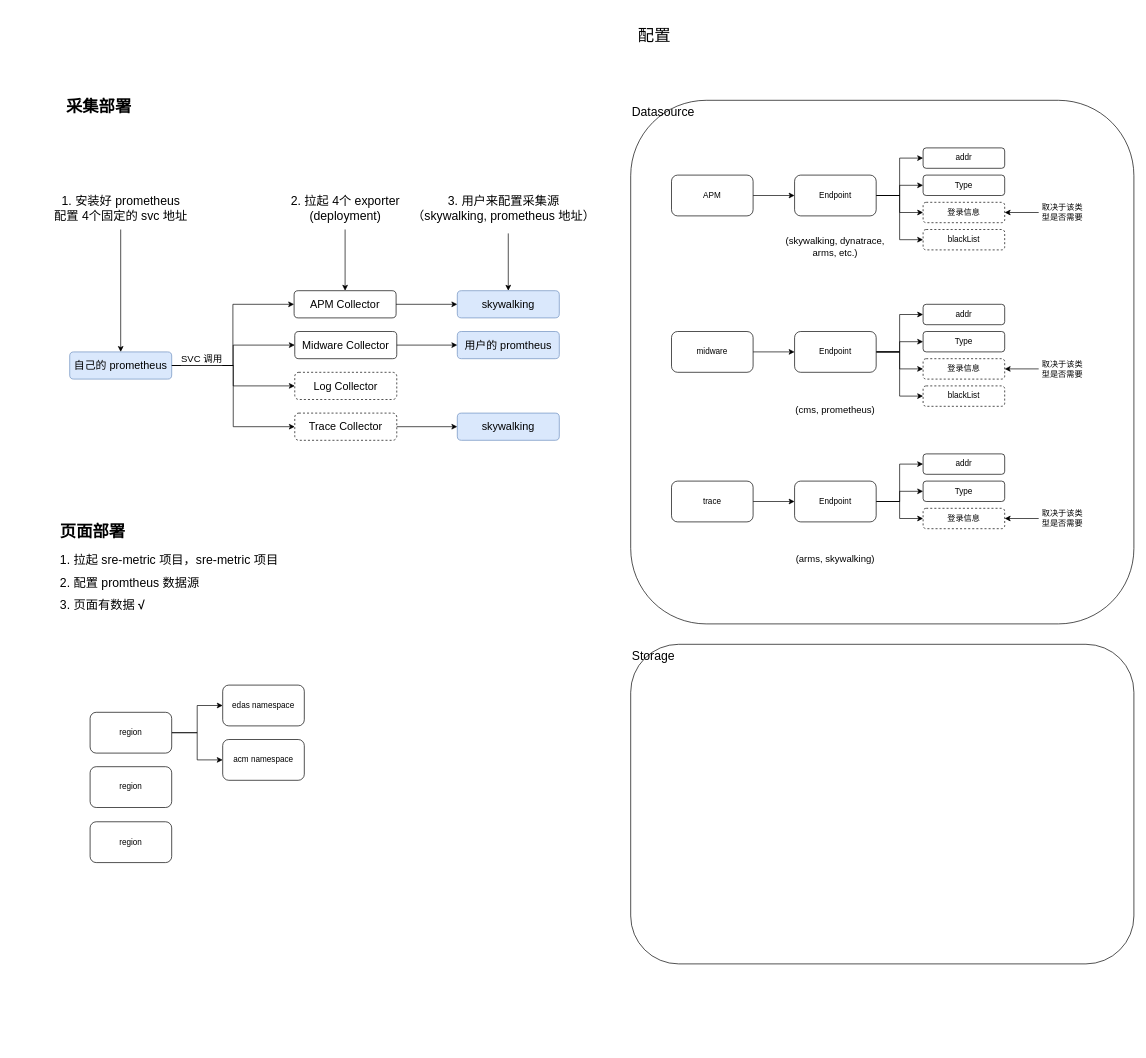
Before: page "Exporter拉起" (4 of 6) of 数据架构图.drawio in Allen9797/WorkZone, a draw.io diagram. Source tidied: cells renumbered, new cells numbered last; positions are measured from the earlier drawing's top-left corner, leaving out a move shared by most shapes. Both pictures are drawn from the tidied source at 68%, with x=0, y=0 at pixel (46, 12).
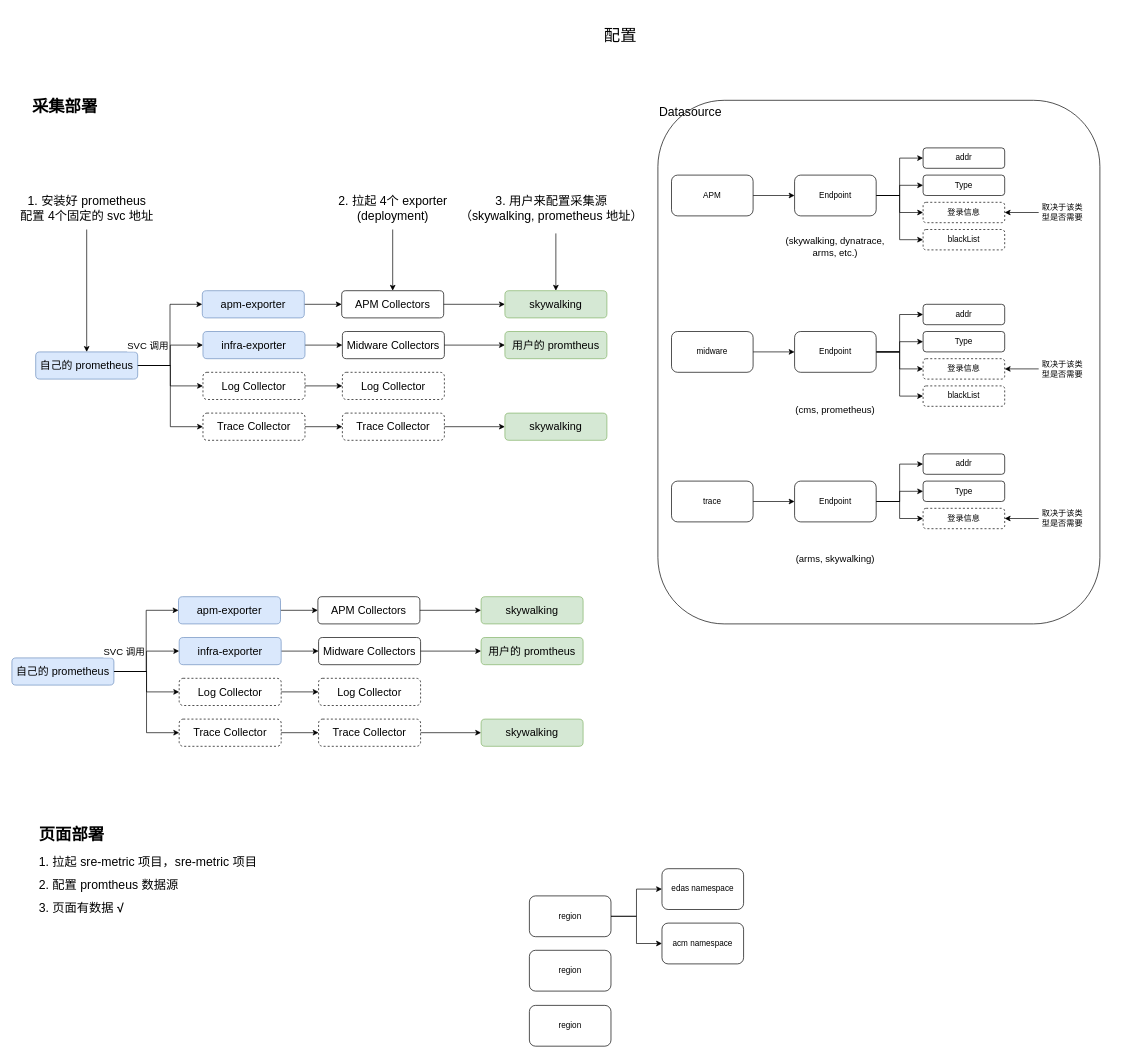
The same page after the edit.

The edit, as a diff of the source:
```diff
@@
     <mxCell id="2" value="&lt;font style=&quot;font-size: 18px;&quot;&gt;Datasource&lt;/font&gt;" style="rounded=1;whiteSpace=wrap;html=1;fillColor=none;verticalAlign=top;align=left;" parent="1" vertex="1">
-      <mxGeometry x="860" y="130" width="740" height="770" as="geometry" />
+      <mxGeometry x="900" y="130" width="650" height="770" as="geometry" />
     </mxCell>
-    <mxCell id="3" style="edgeStyle=orthogonalEdgeStyle;rounded=0;jettySize=auto;html=1;entryX=0;entryY=0.5;entryDx=0;entryDy=0;exitX=1;exitY=0.5;exitDx=0;exitDy=0;" parent="1" edge="1" source="10" target="6">
+    <mxCell id="3" style="edgeStyle=orthogonalEdgeStyle;rounded=0;jettySize=auto;html=1;entryX=0;entryY=0.5;entryDx=0;entryDy=0;exitX=1;exitY=0.5;exitDx=0;exitDy=0;" parent="1" edge="1" source="10" target="77">
       <mxGeometry relative="1" as="geometry" />
     </mxCell>
-    <mxCell id="4" style="edgeStyle=orthogonalEdgeStyle;rounded=0;jettySize=auto;html=1;entryX=0;entryY=0.5;entryDx=0;entryDy=0;exitX=1;exitY=0.5;exitDx=0;exitDy=0;" parent="1" edge="1" source="10" target="17">
+    <mxCell id="4" style="edgeStyle=orthogonalEdgeStyle;rounded=0;jettySize=auto;html=1;entryX=0;entryY=0.5;entryDx=0;entryDy=0;exitX=1;exitY=0.5;exitDx=0;exitDy=0;" parent="1" edge="1" source="10" target="83">
       <mxGeometry relative="1" as="geometry" />
     </mxCell>
@@
-    <mxCell id="6" value="APM Collector" style="rounded=1;whiteSpace=wrap;html=1;labelPosition=center;verticalLabelPosition=middle;align=center;verticalAlign=middle;fillColor=none;fontSize=16;" parent="1" vertex="1">
-      <mxGeometry x="365" y="410" width="150" height="40" as="geometry" />
+    <mxCell id="6" value="APM Collectors" style="rounded=1;whiteSpace=wrap;html=1;labelPosition=center;verticalLabelPosition=middle;align=center;verticalAlign=middle;fillColor=none;fontSize=16;" parent="1" vertex="1">
+      <mxGeometry x="435" y="410" width="150" height="40" as="geometry" />
     </mxCell>
@@
-    <mxCell id="8" value="Midware Collector" style="rounded=1;whiteSpace=wrap;html=1;labelPosition=center;verticalLabelPosition=middle;align=center;verticalAlign=middle;fillColor=none;fontSize=16;" parent="1" vertex="1">
-      <mxGeometry x="366" y="470" width="150" height="40" as="geometry" />
+    <mxCell id="8" value="Midware Collectors" style="rounded=1;whiteSpace=wrap;html=1;labelPosition=center;verticalLabelPosition=middle;align=center;verticalAlign=middle;fillColor=none;fontSize=16;" parent="1" vertex="1">
+      <mxGeometry x="436" y="470" width="150" height="40" as="geometry" />
     </mxCell>
-    <mxCell id="9" style="edgeStyle=orthogonalEdgeStyle;rounded=0;jettySize=auto;html=1;exitX=1;exitY=0.5;exitDx=0;exitDy=0;entryX=0;entryY=0.5;entryDx=0;entryDy=0;" parent="1" edge="1" source="10" target="15">
+    <mxCell id="9" style="edgeStyle=orthogonalEdgeStyle;rounded=0;jettySize=auto;html=1;exitX=1;exitY=0.5;exitDx=0;exitDy=0;entryX=0;entryY=0.5;entryDx=0;entryDy=0;" parent="1" edge="1" source="10" target="81">
       <mxGeometry relative="1" as="geometry" />
     </mxCell>
     <mxCell id="10" value="自己的 prometheus" style="rounded=1;whiteSpace=wrap;html=1;labelPosition=center;verticalLabelPosition=middle;align=center;verticalAlign=middle;fillColor=#dae8fc;fontSize=16;strokeColor=#6c8ebf;" parent="1" vertex="1">
-      <mxGeometry x="35" y="500" width="150" height="40" as="geometry" />
+      <mxGeometry x="-15" y="500" width="150" height="40" as="geometry" />
     </mxCell>
-    <mxCell id="11" style="edgeStyle=orthogonalEdgeStyle;rounded=0;jettySize=auto;html=1;exitX=1;exitY=0.5;exitDx=0;exitDy=0;entryX=0;entryY=0.5;entryDx=0;entryDy=0;" parent="1" edge="1" source="10" target="8">
+    <mxCell id="11" style="edgeStyle=orthogonalEdgeStyle;rounded=0;jettySize=auto;html=1;exitX=1;exitY=0.5;exitDx=0;exitDy=0;entryX=0;entryY=0.5;entryDx=0;entryDy=0;" parent="1" edge="1" source="10" target="79">
       <mxGeometry relative="1" as="geometry" />
     </mxCell>
     <mxCell id="12" value="&lt;font style=&quot;font-size: 14px;&quot;&gt;SVC 调用&lt;/font&gt;" style="edgeLabel;html=1;align=center;verticalAlign=middle;" parent="11" vertex="1">
       <mxGeometry x="-0.63" relative="1" as="geometry">
-        <mxPoint x="4" y="-10" as="offset" />
+        <mxPoint x="-9" y="-30" as="offset" />
       </mxGeometry>
     </mxCell>
@@
     <mxCell id="14" value="&lt;font style=&quot;font-size: 18px;&quot;&gt;2. 拉起 4个 exporter &lt;br&gt;(deployment)&lt;/font&gt;" style="text;html=1;align=center;verticalAlign=middle;points=[];strokeColor=none;fillColor=none;" parent="1" vertex="1">
-      <mxGeometry x="350" y="260" width="180" height="60" as="geometry" />
+      <mxGeometry x="420" y="260" width="180" height="60" as="geometry" />
     </mxCell>
     <mxCell id="15" value="Log Collector" style="rounded=1;whiteSpace=wrap;html=1;labelPosition=center;verticalLabelPosition=middle;align=center;verticalAlign=middle;fillColor=none;fontSize=16;dashed=1;" parent="1" vertex="1">
-      <mxGeometry x="366" y="530" width="150" height="40" as="geometry" />
+      <mxGeometry x="436" y="530" width="150" height="40" as="geometry" />
     </mxCell>
@@
     <mxCell id="17" value="Trace Collector" style="rounded=1;whiteSpace=wrap;html=1;labelPosition=center;verticalLabelPosition=middle;align=center;verticalAlign=middle;fillColor=none;fontSize=16;dashed=1;" parent="1" vertex="1">
-      <mxGeometry x="366" y="590" width="150" height="40" as="geometry" />
+      <mxGeometry x="436" y="590" width="150" height="40" as="geometry" />
     </mxCell>
@@
-    <mxCell id="58" value="&lt;font style=&quot;font-size: 18px;&quot;&gt;Storage&lt;/font&gt;" style="rounded=1;whiteSpace=wrap;html=1;fillColor=none;align=left;verticalAlign=top;" parent="1" vertex="1">
-      <mxGeometry x="860" y="930" width="740" height="470" as="geometry" />
-    </mxCell>
     <mxCell id="59" value="&lt;font style=&quot;font-size: 24px;&quot;&gt;配置&lt;/font&gt;" style="text;html=1;strokeColor=none;fillColor=none;align=center;verticalAlign=middle;whiteSpace=wrap;rounded=0;" parent="1" vertex="1">
-      <mxGeometry x="810" width="170" height="70" as="geometry" />
+      <mxGeometry x="760" width="170" height="70" as="geometry" />
     </mxCell>
-    <mxCell id="60" value="skywalking" style="rounded=1;whiteSpace=wrap;html=1;labelPosition=center;verticalLabelPosition=middle;align=center;verticalAlign=middle;fillColor=#dae8fc;fontSize=16;strokeColor=#6c8ebf;" parent="1" vertex="1">
-      <mxGeometry x="605" y="410" width="150" height="40" as="geometry" />
+    <mxCell id="60" value="skywalking" style="rounded=1;whiteSpace=wrap;html=1;labelPosition=center;verticalLabelPosition=middle;align=center;verticalAlign=middle;fillColor=#d5e8d4;fontSize=16;strokeColor=#82b366;" parent="1" vertex="1">
+      <mxGeometry x="675" y="410" width="150" height="40" as="geometry" />
     </mxCell>
-    <mxCell id="61" value="用户的 promtheus" style="rounded=1;whiteSpace=wrap;html=1;labelPosition=center;verticalLabelPosition=middle;align=center;verticalAlign=middle;fillColor=#dae8fc;fontSize=16;strokeColor=#6c8ebf;" parent="1" vertex="1">
-      <mxGeometry x="605" y="470" width="150" height="40" as="geometry" />
+    <mxCell id="61" value="用户的 promtheus" style="rounded=1;whiteSpace=wrap;html=1;labelPosition=center;verticalLabelPosition=middle;align=center;verticalAlign=middle;fillColor=#d5e8d4;fontSize=16;strokeColor=#82b366;" parent="1" vertex="1">
+      <mxGeometry x="675" y="470" width="150" height="40" as="geometry" />
     </mxCell>
     <mxCell id="62" value="&lt;h1 style=&quot;&quot;&gt;&lt;font style=&quot;font-size: 24px;&quot;&gt;采集部署&lt;/font&gt;&lt;/h1&gt;" style="text;html=1;strokeColor=none;fillColor=none;spacing=5;spacingTop=-20;whiteSpace=wrap;overflow=hidden;rounded=0;" parent="1" vertex="1">
-      <mxGeometry x="25" y="120" width="120" height="50" as="geometry" />
+      <mxGeometry x="-25" y="120" width="120" height="50" as="geometry" />
     </mxCell>
     <mxCell id="63" value="&lt;h1 style=&quot;&quot;&gt;&lt;font style=&quot;font-size: 24px;&quot;&gt;页面部署&lt;/font&gt;&lt;/h1&gt;&lt;p style=&quot;&quot;&gt;&lt;font style=&quot;font-size: 18px;&quot;&gt;1. 拉起 sre-metric 项目，sre-metric 项目&lt;/font&gt;&lt;/p&gt;&lt;p style=&quot;&quot;&gt;&lt;font style=&quot;font-size: 18px;&quot;&gt;2. 配置 promtheus 数据源&lt;/font&gt;&lt;/p&gt;&lt;p style=&quot;&quot;&gt;&lt;font style=&quot;font-size: 18px;&quot;&gt;3. 页面有数据 &lt;b&gt;√&lt;/b&gt;&lt;/font&gt;&lt;/p&gt;" style="text;html=1;strokeColor=none;fillColor=none;spacing=5;spacingTop=-20;whiteSpace=wrap;overflow=hidden;rounded=0;" parent="1" vertex="1">
-      <mxGeometry x="16" y="745" width="350" height="145" as="geometry" />
+      <mxGeometry x="-15" y="1190" width="350" height="145" as="geometry" />
     </mxCell>
-    <mxCell id="64" value="skywalking" style="rounded=1;whiteSpace=wrap;html=1;labelPosition=center;verticalLabelPosition=middle;align=center;verticalAlign=middle;fillColor=#dae8fc;fontSize=16;strokeColor=#6c8ebf;" parent="1" vertex="1">
-      <mxGeometry x="605" y="590" width="150" height="40" as="geometry" />
+    <mxCell id="64" value="skywalking" style="rounded=1;whiteSpace=wrap;html=1;labelPosition=center;verticalLabelPosition=middle;align=center;verticalAlign=middle;fillColor=#d5e8d4;fontSize=16;strokeColor=#82b366;" parent="1" vertex="1">
+      <mxGeometry x="675" y="590" width="150" height="40" as="geometry" />
     </mxCell>
     <mxCell id="65" value="&lt;font style=&quot;font-size: 18px;&quot;&gt;3. 用户来配置采集源&lt;br&gt;（skywalking, prometheus 地址）&lt;/font&gt;" style="text;html=1;align=center;verticalAlign=middle;points=[];strokeColor=none;fillColor=none;" parent="1" vertex="1">
-      <mxGeometry x="528" y="260" width="290" height="60" as="geometry" />
+      <mxGeometry x="598" y="260" width="290" height="60" as="geometry" />
     </mxCell>
@@
     <mxCell id="68" value="&lt;font style=&quot;font-size: 18px;&quot;&gt;1. 安装好 prometheus &lt;br&gt;配置 4个固定的 svc 地址&lt;/font&gt;" style="text;html=1;align=center;verticalAlign=middle;points=[];strokeColor=none;fillColor=none;" parent="1" vertex="1">
-      <mxGeometry y="260" width="220" height="60" as="geometry" />
+      <mxGeometry x="-50" y="260" width="220" height="60" as="geometry" />
     </mxCell>
@@
     <mxCell id="71" value="region" style="rounded=1;whiteSpace=wrap;html=1;" parent="1" vertex="1">
-      <mxGeometry x="65" y="1030" width="120" height="60" as="geometry" />
+      <mxGeometry x="711" y="1300" width="120" height="60" as="geometry" />
     </mxCell>
     <mxCell id="72" value="edas namespace" style="rounded=1;whiteSpace=wrap;html=1;" parent="1" vertex="1">
-      <mxGeometry x="260" y="990" width="120" height="60" as="geometry" />
+      <mxGeometry x="906" y="1260" width="120" height="60" as="geometry" />
     </mxCell>
     <mxCell id="73" value="acm namespace" style="rounded=1;whiteSpace=wrap;html=1;" parent="1" vertex="1">
-      <mxGeometry x="260" y="1070" width="120" height="60" as="geometry" />
+      <mxGeometry x="906" y="1340" width="120" height="60" as="geometry" />
     </mxCell>
     <mxCell id="74" value="region" style="rounded=1;whiteSpace=wrap;html=1;" parent="1" vertex="1">
-      <mxGeometry x="65" y="1110" width="120" height="60" as="geometry" />
+      <mxGeometry x="711" y="1380" width="120" height="60" as="geometry" />
     </mxCell>
     <mxCell id="75" value="region" style="rounded=1;whiteSpace=wrap;html=1;" parent="1" vertex="1">
-      <mxGeometry x="65" y="1191" width="120" height="60" as="geometry" />
+      <mxGeometry x="711" y="1461" width="120" height="60" as="geometry" />
     </mxCell>
+    <mxCell id="76" style="edgeStyle=orthogonalEdgeStyle;rounded=0;jettySize=auto;html=1;" parent="1" edge="1" source="77" target="6">
+      <mxGeometry relative="1" as="geometry" />
+    </mxCell>
+    <mxCell id="77" value="apm-exporter" style="rounded=1;whiteSpace=wrap;html=1;labelPosition=center;verticalLabelPosition=middle;align=center;verticalAlign=middle;fillColor=#dae8fc;fontSize=16;strokeColor=#6c8ebf;" parent="1" vertex="1">
+      <mxGeometry x="230" y="410" width="150" height="40" as="geometry" />
+    </mxCell>
+    <mxCell id="78" style="edgeStyle=orthogonalEdgeStyle;rounded=0;jettySize=auto;html=1;" parent="1" edge="1" source="79" target="8">
+      <mxGeometry relative="1" as="geometry" />
+    </mxCell>
+    <mxCell id="79" value="infra-exporter" style="rounded=1;whiteSpace=wrap;html=1;labelPosition=center;verticalLabelPosition=middle;align=center;verticalAlign=middle;fillColor=#dae8fc;fontSize=16;strokeColor=#6c8ebf;" parent="1" vertex="1">
+      <mxGeometry x="231" y="470" width="150" height="40" as="geometry" />
+    </mxCell>
+    <mxCell id="80" style="edgeStyle=orthogonalEdgeStyle;rounded=0;jettySize=auto;html=1;" parent="1" edge="1" source="81" target="15">
+      <mxGeometry relative="1" as="geometry" />
+    </mxCell>
+    <mxCell id="81" value="Log Collector" style="rounded=1;whiteSpace=wrap;html=1;labelPosition=center;verticalLabelPosition=middle;align=center;verticalAlign=middle;fillColor=none;fontSize=16;dashed=1;" parent="1" vertex="1">
+      <mxGeometry x="231" y="530" width="150" height="40" as="geometry" />
+    </mxCell>
+    <mxCell id="82" style="edgeStyle=orthogonalEdgeStyle;rounded=0;jettySize=auto;html=1;" parent="1" edge="1" source="83" target="17">
+      <mxGeometry relative="1" as="geometry" />
+    </mxCell>
+    <mxCell id="83" value="Trace Collector" style="rounded=1;whiteSpace=wrap;html=1;labelPosition=center;verticalLabelPosition=middle;align=center;verticalAlign=middle;fillColor=none;fontSize=16;dashed=1;" parent="1" vertex="1">
+      <mxGeometry x="231" y="590" width="150" height="40" as="geometry" />
+    </mxCell>
+    <mxCell id="84" style="edgeStyle=orthogonalEdgeStyle;rounded=0;jettySize=auto;html=1;entryX=0;entryY=0.5;entryDx=0;entryDy=0;exitX=1;exitY=0.5;exitDx=0;exitDy=0;" parent="1" edge="1" source="91" target="101">
+      <mxGeometry relative="1" as="geometry" />
+    </mxCell>
+    <mxCell id="85" style="edgeStyle=orthogonalEdgeStyle;rounded=0;jettySize=auto;html=1;entryX=0;entryY=0.5;entryDx=0;entryDy=0;exitX=1;exitY=0.5;exitDx=0;exitDy=0;" parent="1" edge="1" source="91" target="107">
+      <mxGeometry relative="1" as="geometry" />
+    </mxCell>
+    <mxCell id="86" style="edgeStyle=orthogonalEdgeStyle;rounded=0;jettySize=auto;html=1;exitX=1;exitY=0.5;exitDx=0;exitDy=0;entryX=0;entryY=0.5;entryDx=0;entryDy=0;" parent="1" edge="1" source="87" target="97">
+      <mxGeometry relative="1" as="geometry" />
+    </mxCell>
+    <mxCell id="87" value="APM Collectors" style="rounded=1;whiteSpace=wrap;html=1;labelPosition=center;verticalLabelPosition=middle;align=center;verticalAlign=middle;fillColor=none;fontSize=16;" parent="1" vertex="1">
+      <mxGeometry x="400" y="860" width="150" height="40" as="geometry" />
+    </mxCell>
+    <mxCell id="88" style="edgeStyle=orthogonalEdgeStyle;rounded=0;jettySize=auto;html=1;exitX=1;exitY=0.5;exitDx=0;exitDy=0;entryX=0;entryY=0.5;entryDx=0;entryDy=0;" parent="1" edge="1" source="89" target="98">
+      <mxGeometry relative="1" as="geometry" />
+    </mxCell>
+    <mxCell id="89" value="Midware Collectors" style="rounded=1;whiteSpace=wrap;html=1;labelPosition=center;verticalLabelPosition=middle;align=center;verticalAlign=middle;fillColor=none;fontSize=16;" parent="1" vertex="1">
+      <mxGeometry x="401" y="920" width="150" height="40" as="geometry" />
+    </mxCell>
+    <mxCell id="90" style="edgeStyle=orthogonalEdgeStyle;rounded=0;jettySize=auto;html=1;exitX=1;exitY=0.5;exitDx=0;exitDy=0;entryX=0;entryY=0.5;entryDx=0;entryDy=0;" parent="1" edge="1" source="91" target="105">
+      <mxGeometry relative="1" as="geometry" />
+    </mxCell>
+    <mxCell id="91" value="自己的 prometheus" style="rounded=1;whiteSpace=wrap;html=1;labelPosition=center;verticalLabelPosition=middle;align=center;verticalAlign=middle;fillColor=#dae8fc;fontSize=16;strokeColor=#6c8ebf;" parent="1" vertex="1">
+      <mxGeometry x="-50" y="950" width="150" height="40" as="geometry" />
+    </mxCell>
+    <mxCell id="92" style="edgeStyle=orthogonalEdgeStyle;rounded=0;jettySize=auto;html=1;exitX=1;exitY=0.5;exitDx=0;exitDy=0;entryX=0;entryY=0.5;entryDx=0;entryDy=0;" parent="1" edge="1" source="91" target="103">
+      <mxGeometry relative="1" as="geometry" />
+    </mxCell>
+    <mxCell id="93" value="&lt;font style=&quot;font-size: 14px;&quot;&gt;SVC 调用&lt;/font&gt;" style="edgeLabel;html=1;align=center;verticalAlign=middle;" parent="92" vertex="1">
+      <mxGeometry x="-0.63" relative="1" as="geometry">
+        <mxPoint x="-9" y="-30" as="offset" />
+      </mxGeometry>
+    </mxCell>
+    <mxCell id="94" value="Log Collector" style="rounded=1;whiteSpace=wrap;html=1;labelPosition=center;verticalLabelPosition=middle;align=center;verticalAlign=middle;fillColor=none;fontSize=16;dashed=1;" parent="1" vertex="1">
+      <mxGeometry x="401" y="980" width="150" height="40" as="geometry" />
+    </mxCell>
+    <mxCell id="95" style="edgeStyle=orthogonalEdgeStyle;rounded=0;jettySize=auto;html=1;exitX=1;exitY=0.5;exitDx=0;exitDy=0;entryX=0;entryY=0.5;entryDx=0;entryDy=0;" parent="1" edge="1" source="96" target="99">
+      <mxGeometry relative="1" as="geometry" />
+    </mxCell>
+    <mxCell id="96" value="Trace Collector" style="rounded=1;whiteSpace=wrap;html=1;labelPosition=center;verticalLabelPosition=middle;align=center;verticalAlign=middle;fillColor=none;fontSize=16;dashed=1;" parent="1" vertex="1">
+      <mxGeometry x="401" y="1040" width="150" height="40" as="geometry" />
+    </mxCell>
+    <mxCell id="97" value="skywalking" style="rounded=1;whiteSpace=wrap;html=1;labelPosition=center;verticalLabelPosition=middle;align=center;verticalAlign=middle;fillColor=#d5e8d4;fontSize=16;strokeColor=#82b366;" parent="1" vertex="1">
+      <mxGeometry x="640" y="860" width="150" height="40" as="geometry" />
+    </mxCell>
+    <mxCell id="98" value="用户的 promtheus" style="rounded=1;whiteSpace=wrap;html=1;labelPosition=center;verticalLabelPosition=middle;align=center;verticalAlign=middle;fillColor=#d5e8d4;fontSize=16;strokeColor=#82b366;" parent="1" vertex="1">
+      <mxGeometry x="640" y="920" width="150" height="40" as="geometry" />
+    </mxCell>
+    <mxCell id="99" value="skywalking" style="rounded=1;whiteSpace=wrap;html=1;labelPosition=center;verticalLabelPosition=middle;align=center;verticalAlign=middle;fillColor=#d5e8d4;fontSize=16;strokeColor=#82b366;" parent="1" vertex="1">
+      <mxGeometry x="640" y="1040" width="150" height="40" as="geometry" />
+    </mxCell>
+    <mxCell id="100" style="edgeStyle=orthogonalEdgeStyle;rounded=0;jettySize=auto;html=1;" parent="1" edge="1" source="101" target="87">
+      <mxGeometry relative="1" as="geometry" />
+    </mxCell>
+    <mxCell id="101" value="apm-exporter" style="rounded=1;whiteSpace=wrap;html=1;labelPosition=center;verticalLabelPosition=middle;align=center;verticalAlign=middle;fillColor=#dae8fc;fontSize=16;strokeColor=#6c8ebf;" parent="1" vertex="1">
+      <mxGeometry x="195" y="860" width="150" height="40" as="geometry" />
+    </mxCell>
+    <mxCell id="102" style="edgeStyle=orthogonalEdgeStyle;rounded=0;jettySize=auto;html=1;" parent="1" edge="1" source="103" target="89">
+      <mxGeometry relative="1" as="geometry" />
+    </mxCell>
+    <mxCell id="103" value="infra-exporter" style="rounded=1;whiteSpace=wrap;html=1;labelPosition=center;verticalLabelPosition=middle;align=center;verticalAlign=middle;fillColor=#dae8fc;fontSize=16;strokeColor=#6c8ebf;" parent="1" vertex="1">
+      <mxGeometry x="196" y="920" width="150" height="40" as="geometry" />
+    </mxCell>
+    <mxCell id="104" style="edgeStyle=orthogonalEdgeStyle;rounded=0;jettySize=auto;html=1;" parent="1" edge="1" source="105" target="94">
+      <mxGeometry relative="1" as="geometry" />
+    </mxCell>
+    <mxCell id="105" value="Log Collector" style="rounded=1;whiteSpace=wrap;html=1;labelPosition=center;verticalLabelPosition=middle;align=center;verticalAlign=middle;fillColor=none;fontSize=16;dashed=1;" parent="1" vertex="1">
+      <mxGeometry x="196" y="980" width="150" height="40" as="geometry" />
+    </mxCell>
+    <mxCell id="106" style="edgeStyle=orthogonalEdgeStyle;rounded=0;jettySize=auto;html=1;" parent="1" edge="1" source="107" target="96">
+      <mxGeometry relative="1" as="geometry" />
+    </mxCell>
+    <mxCell id="107" value="Trace Collector" style="rounded=1;whiteSpace=wrap;html=1;labelPosition=center;verticalLabelPosition=middle;align=center;verticalAlign=middle;fillColor=none;fontSize=16;dashed=1;" parent="1" vertex="1">
+      <mxGeometry x="196" y="1040" width="150" height="40" as="geometry" />
+    </mxCell>
```
